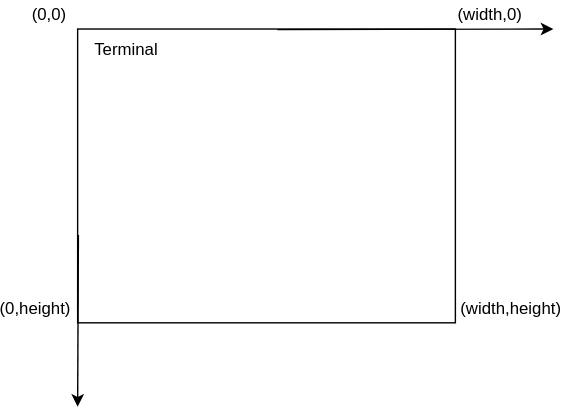
rsvim/rfc keeps this draw.io diagram as images/1-TUI-1-Widget.4.drawio.svg. Above is the earlier version. Source tidied: cells renumbered, new cells last; positions are measured from the earlier drawing's top-left corner, leaving out a move shared by most shapes. Source of this version:
```xml
<mxGraphModel>
  <root>
    <mxCell id="0" />
    <mxCell id="1" parent="0" />
    <mxCell id="2" style="rounded=0;whiteSpace=wrap;html=1;" parent="1" vertex="1">
      <mxGeometry x="50" y="20" width="270" height="210" as="geometry" />
    </mxCell>
    <mxCell id="3" style="endArrow=classic;html=1;rounded=0;exitX=0.529;exitY=0.002;exitDx=0;exitDy=0;exitPerimeter=0;" parent="1" edge="1" source="2">
      <mxGeometry relative="1" as="geometry">
        <mxPoint x="390" y="20" as="targetPoint" />
      </mxGeometry>
    </mxCell>
    <mxCell id="4" style="endArrow=classic;html=1;rounded=0;exitX=0.002;exitY=0.701;exitDx=0;exitDy=0;exitPerimeter=0;" parent="1" edge="1" source="2">
      <mxGeometry relative="1" as="geometry">
        <mxPoint x="50" y="290" as="targetPoint" />
      </mxGeometry>
    </mxCell>
    <mxCell id="5" value="(0,0)" style="text;html=1;align=center;verticalAlign=middle;whiteSpace=wrap;rounded=0;" parent="1" vertex="1">
      <mxGeometry x="10" width="40" height="20" as="geometry" />
    </mxCell>
    <mxCell id="6" value="(0,height)" style="text;html=1;align=center;verticalAlign=middle;whiteSpace=wrap;rounded=0;" parent="1" vertex="1">
      <mxGeometry y="210" width="40" height="20" as="geometry" />
    </mxCell>
    <mxCell id="7" value="(width,0)" style="text;html=1;align=center;verticalAlign=middle;whiteSpace=wrap;rounded=0;" parent="1" vertex="1">
      <mxGeometry x="320" width="50" height="20" as="geometry" />
    </mxCell>
    <mxCell id="8" value="(width,height)" style="text;html=1;align=center;verticalAlign=middle;whiteSpace=wrap;rounded=0;" parent="1" vertex="1">
      <mxGeometry x="320" y="210" width="80" height="20" as="geometry" />
    </mxCell>
    <mxCell id="9" value="Terminal" style="text;html=1;align=center;verticalAlign=middle;whiteSpace=wrap;rounded=0;" parent="1" vertex="1">
      <mxGeometry x="50" y="20" width="70" height="30" as="geometry" />
    </mxCell>
  </root>
</mxGraphModel>
```
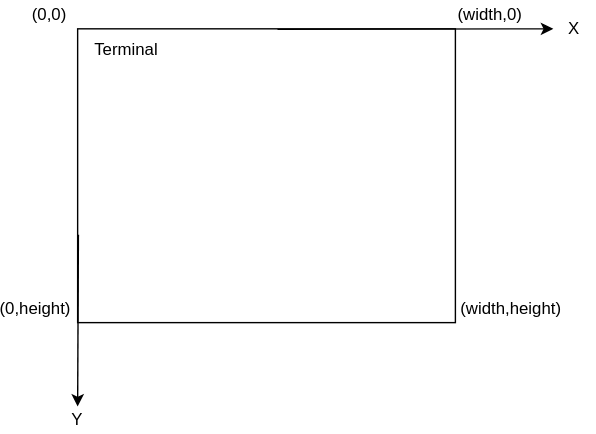
After the change.

What changed in the source:
```diff
@@ -30,5 +30,11 @@
     <mxCell id="9" value="Terminal" style="text;html=1;align=center;verticalAlign=middle;whiteSpace=wrap;rounded=0;" parent="1" vertex="1">
       <mxGeometry x="50" y="20" width="70" height="30" as="geometry" />
     </mxCell>
+    <mxCell id="10" value="X" style="text;html=1;align=center;verticalAlign=middle;whiteSpace=wrap;rounded=0;" parent="1" vertex="1">
+      <mxGeometry x="390" y="10" width="30" height="20" as="geometry" />
+    </mxCell>
+    <mxCell id="11" value="Y" style="text;html=1;align=center;verticalAlign=middle;whiteSpace=wrap;rounded=0;" parent="1" vertex="1">
+      <mxGeometry x="30" y="290" width="40" height="20" as="geometry" />
+    </mxCell>
   </root>
 </mxGraphModel>
```
